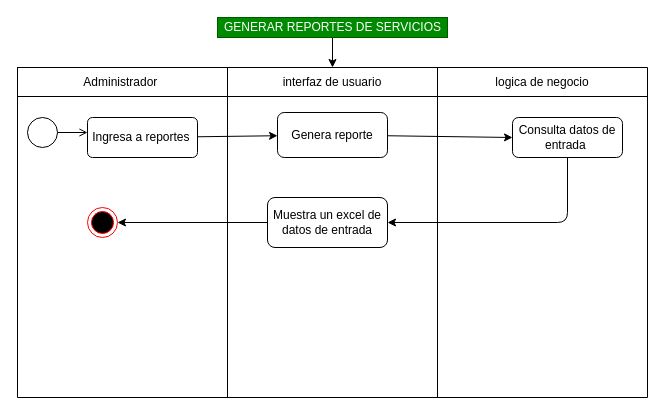
DavidArtavia/Activity_Diagram- keeps this draw.io diagram as Diagramas_Actividad/DAA.11.1.drawio. Above is the earlier version. Source tidied: cells renumbered, new cells numbered last; positions are measured from the earlier drawing's top-left corner, leaving out a move shared by most shapes. Both pictures are drawn from the tidied source at 100%, with x=0, y=0 at pixel (17, 17).
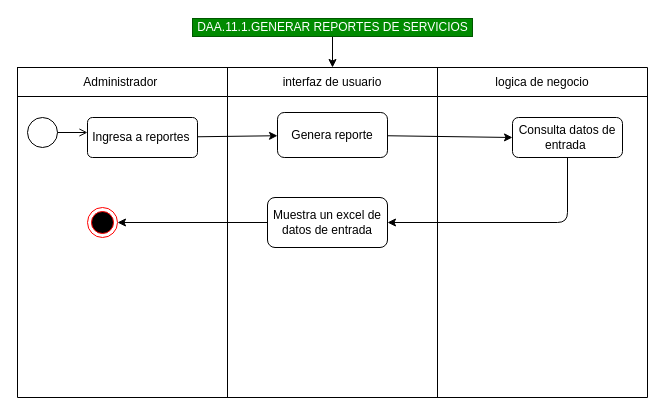
Above is the later version.

Change to the diagram source:
```diff
@@
-    <mxCell id="22" value="GENERAR REPORTES DE SERVICIOS" style="text;html=1;align=center;verticalAlign=middle;points=[];rounded=0;fillColor=#008a00;fontColor=#ffffff;strokeColor=#005700;" parent="1" vertex="1">
-      <mxGeometry x="200" width="230" height="20" as="geometry" />
+    <mxCell id="22" value="DAA.11.1.GENERAR REPORTES DE SERVICIOS" style="text;html=1;align=center;verticalAlign=middle;points=[];rounded=0;fillColor=#008a00;fontColor=#ffffff;strokeColor=#005700;" parent="1" vertex="1">
+      <mxGeometry x="175" y="1" width="280" height="18" as="geometry" />
     </mxCell>
```
